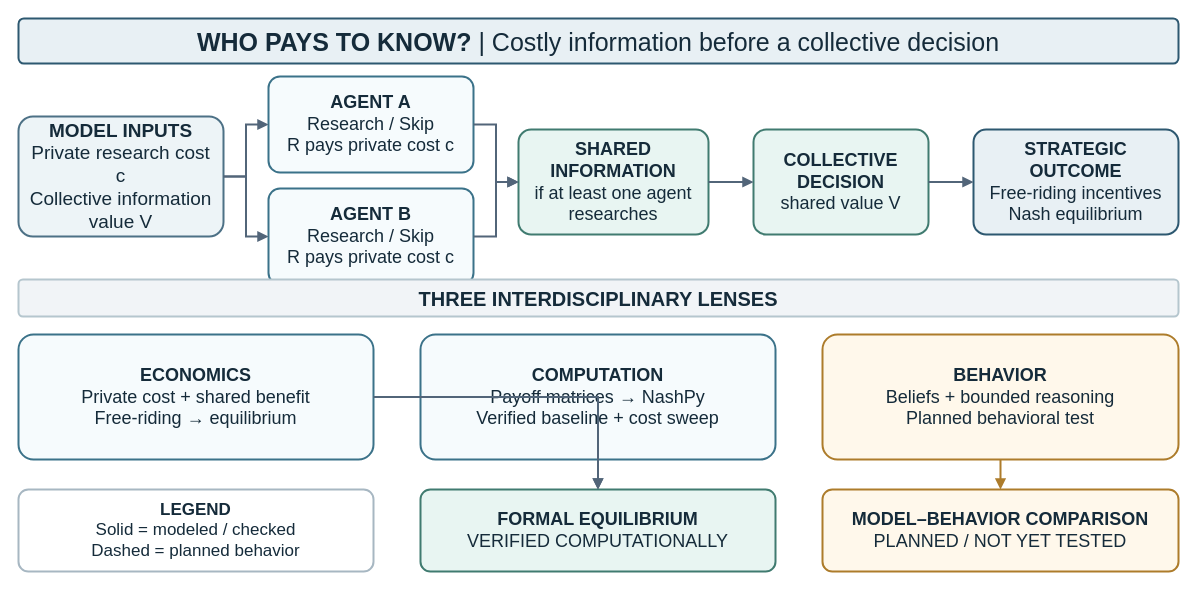
Earlier version of the draw.io diagram figures/ps1_teaser.drawio (micL1222/PS1-Yiqiao). Source tidied: cells renumbered, new cells numbered last; positions are measured from the earlier drawing's top-left corner, leaving out a move shared by most shapes. Both pictures are drawn from the tidied source at 100%, with x=0, y=0 at pixel (18, 18).
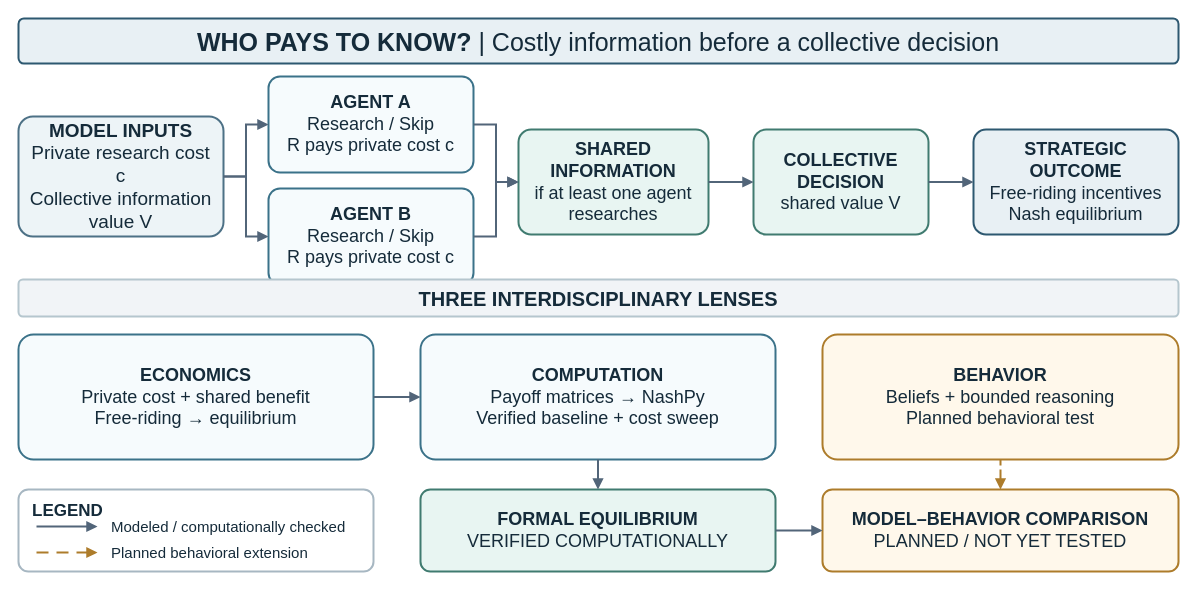
After the change.

The change refers to these unchanged cells:
```xml
<mxCell id="10" value="&lt;b&gt;ECONOMICS&lt;/b&gt;&lt;br&gt;Private cost + shared benefit&lt;br&gt;Free-riding → equilibrium" style="rounded=1;whiteSpace=wrap;html=1;arcSize=12;align=center;verticalAlign=middle;spacing=9;fillColor=#f6fbfd;strokeColor=#3b7289;strokeWidth=2;fontColor=#152b3a;fontFamily=Arial;fontSize=18;" parent="1" vertex="1">
  <mxGeometry y="316" width="355" height="125" as="geometry" />
</mxCell>
<mxCell id="11" value="&lt;b&gt;COMPUTATION&lt;/b&gt;&lt;br&gt;Payoff matrices → NashPy&lt;br&gt;Verified baseline + cost sweep" style="rounded=1;whiteSpace=wrap;html=1;arcSize=12;align=center;verticalAlign=middle;spacing=9;fillColor=#f6fbfd;strokeColor=#3b7289;strokeWidth=2;fontColor=#152b3a;fontFamily=Arial;fontSize=18;" parent="1" vertex="1">
  <mxGeometry x="402" y="316" width="355" height="125" as="geometry" />
</mxCell>
<mxCell id="12" value="&lt;b&gt;BEHAVIOR&lt;/b&gt;&lt;br&gt;Beliefs + bounded reasoning&lt;br&gt;Planned behavioral test" style="rounded=1;whiteSpace=wrap;html=1;arcSize=12;align=center;verticalAlign=middle;spacing=9;fillColor=#fff8eb;strokeColor=#ad7c2b;strokeWidth=2;fontColor=#152b3a;fontFamily=Arial;fontSize=18;" parent="1" vertex="1">
  <mxGeometry x="804" y="316" width="356" height="125" as="geometry" />
</mxCell>
<mxCell id="14" value="&lt;b&gt;FORMAL EQUILIBRIUM&lt;/b&gt;&lt;br&gt;VERIFIED COMPUTATIONALLY" style="rounded=1;whiteSpace=wrap;html=1;arcSize=12;align=center;verticalAlign=middle;spacing=9;fillColor=#e8f5f2;strokeColor=#407b70;strokeWidth=2;fontColor=#152b3a;fontFamily=Arial;fontSize=18;" parent="1" vertex="1">
  <mxGeometry x="402" y="471" width="355" height="82" as="geometry" />
</mxCell>
<mxCell id="15" value="&lt;b&gt;MODEL–BEHAVIOR COMPARISON&lt;/b&gt;&lt;br&gt;PLANNED / NOT YET TESTED" style="rounded=1;whiteSpace=wrap;html=1;arcSize=12;align=center;verticalAlign=middle;spacing=9;fillColor=#fff8eb;strokeColor=#ad7c2b;strokeWidth=2;fontColor=#152b3a;fontFamily=Arial;fontSize=18;" parent="1" vertex="1">
  <mxGeometry x="804" y="471" width="356" height="82" as="geometry" />
</mxCell>
```

Diff of the diagram source:
```diff
@@
-    <mxCell id="13" value="&lt;b&gt;LEGEND&lt;/b&gt;&lt;br&gt;Solid = modeled / checked&lt;br&gt;Dashed = planned behavior" style="rounded=1;whiteSpace=wrap;html=1;arcSize=12;align=center;verticalAlign=middle;spacing=9;fillColor=#ffffff;strokeColor=#a7b7c2;strokeWidth=2;fontColor=#152b3a;fontFamily=Arial;fontSize=17;" parent="1" vertex="1">
+    <mxCell id="13" value="&lt;b&gt;LEGEND&lt;/b&gt;" style="rounded=1;whiteSpace=wrap;html=1;arcSize=12;align=left;verticalAlign=top;spacingLeft=12;spacingTop=5;fillColor=#ffffff;strokeColor=#a7b7c2;strokeWidth=2;fontColor=#152b3a;fontFamily=Arial;fontSize=17;" parent="1" vertex="1">
       <mxGeometry y="471" width="355" height="82" as="geometry" />
     </mxCell>
+    <mxCell id="25" value="Modeled / computationally checked" style="text;html=1;align=left;verticalAlign=middle;whiteSpace=wrap;strokeColor=none;fillColor=none;fontColor=#152b3a;fontFamily=Arial;fontSize=15;" parent="1" vertex="1">
+      <mxGeometry x="91" y="496" width="250" height="24" as="geometry" />
+    </mxCell>
+    <mxCell id="26" value="Planned behavioral extension" style="text;html=1;align=left;verticalAlign=middle;whiteSpace=wrap;strokeColor=none;fillColor=none;fontColor=#152b3a;fontFamily=Arial;fontSize=15;" parent="1" vertex="1">
+      <mxGeometry x="91" y="522" width="250" height="24" as="geometry" />
+    </mxCell>
@@
-    <mxCell id="22" style="edgeStyle=orthogonalEdgeStyle;rounded=0;jettySize=auto;html=1;endArrow=block;endFill=1;strokeColor=#526579;strokeWidth=2;" parent="1" edge="1" source="10" target="14">
+    <mxCell id="22" style="edgeStyle=orthogonalEdgeStyle;rounded=0;jettySize=auto;html=1;endArrow=block;endFill=1;strokeColor=#526579;strokeWidth=2;" parent="1" edge="1" source="10" target="11">
       <mxGeometry relative="1" as="geometry" />
     </mxCell>
@@
-    <mxCell id="24" style="edgeStyle=orthogonalEdgeStyle;rounded=0;jettySize=auto;html=1;endArrow=block;endFill=1;strokeColor=#ad7c2b;strokeWidth=2;dashed=1;dashPattern=6 4;" parent="1" edge="1" source="12" target="15">
+    <mxCell id="24" style="edgeStyle=orthogonalEdgeStyle;rounded=0;jettySize=auto;html=1;endArrow=block;endFill=1;strokeColor=#ad7c2b;strokeWidth=2;dashed=1;dashPattern=3 3;" parent="1" edge="1" source="12" target="15">
       <mxGeometry relative="1" as="geometry" />
     </mxCell>
+    <mxCell id="27" style="edgeStyle=orthogonalEdgeStyle;rounded=0;jettySize=auto;html=1;endArrow=block;endFill=1;strokeColor=#526579;strokeWidth=2;" parent="1" edge="1" source="14" target="15">
+      <mxGeometry relative="1" as="geometry" />
+    </mxCell>
+    <mxCell id="28" style="edgeStyle=orthogonalEdgeStyle;rounded=0;orthogonalLoop=1;jettySize=auto;html=1;endArrow=block;endFill=1;strokeColor=#526579;strokeWidth=2;" parent="1" edge="1">
+      <mxGeometry relative="1" as="geometry">
+        <mxPoint x="18" y="508" as="sourcePoint" />
+        <mxPoint x="79" y="508" as="targetPoint" />
+      </mxGeometry>
+    </mxCell>
+    <mxCell id="29" style="edgeStyle=orthogonalEdgeStyle;rounded=0;orthogonalLoop=1;jettySize=auto;html=1;endArrow=block;endFill=1;strokeColor=#ad7c2b;strokeWidth=2;dashed=1;dashPattern=6 4;" parent="1" edge="1">
+      <mxGeometry relative="1" as="geometry">
+        <mxPoint x="18" y="534" as="sourcePoint" />
+        <mxPoint x="79" y="534" as="targetPoint" />
+      </mxGeometry>
+    </mxCell>
```
